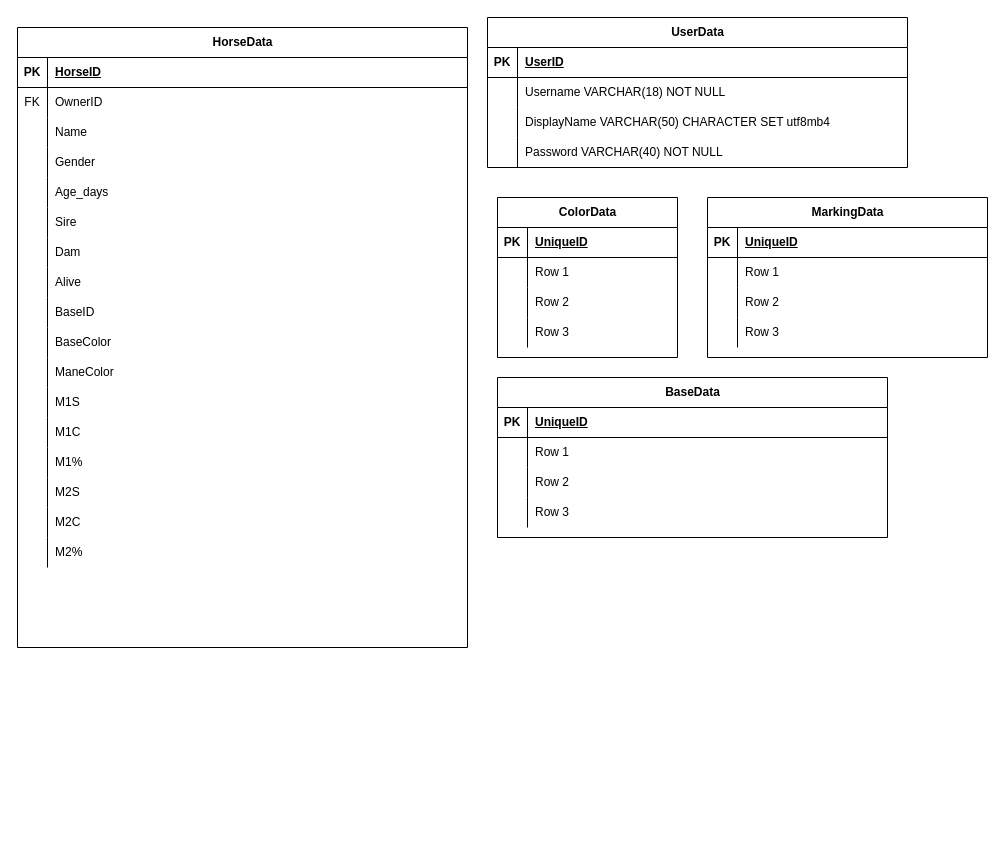
Before: ReasonerBlue-ERD.drawio in BubbliBlu/BubbliBlu, a draw.io diagram. Source tidied: cells renumbered, new cells numbered last; positions are measured from the earlier drawing's top-left corner, leaving out a move shared by most shapes. Both pictures are drawn from the tidied source at 100%, with x=0, y=0 at pixel (17, 17).
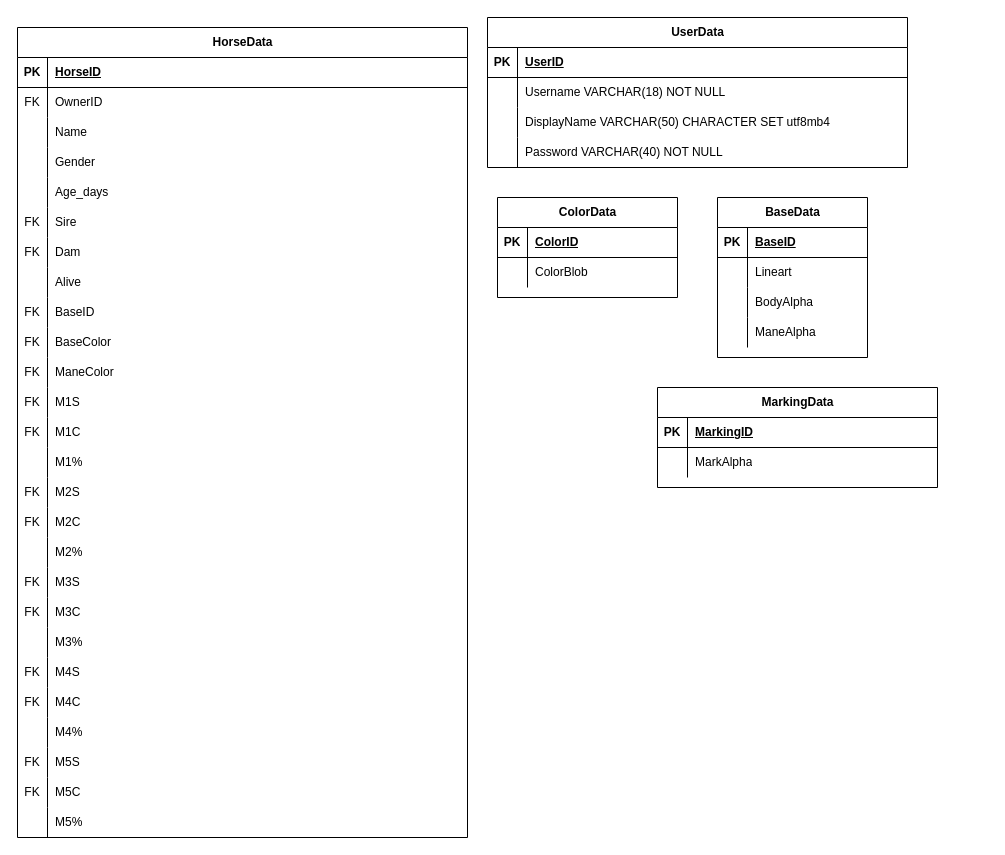
After the change.

The change refers to these unchanged cells:
```xml
<mxCell id="31" style="shape=tableRow;horizontal=0;startSize=0;swimlaneHead=0;swimlaneBody=0;fillColor=none;top=0;left=0;right=0;bottom=0;" parent="15" vertex="1">
  <mxGeometry y="180" width="450" height="30" as="geometry" />
</mxCell>
<mxCell id="34" style="shape=tableRow;horizontal=0;startSize=0;swimlaneHead=0;swimlaneBody=0;fillColor=none;top=0;left=0;right=0;bottom=0;" parent="15" vertex="1">
  <mxGeometry y="210" width="450" height="30" as="geometry" />
</mxCell>
<mxCell id="40" style="shape=tableRow;horizontal=0;startSize=0;swimlaneHead=0;swimlaneBody=0;fillColor=none;top=0;left=0;right=0;bottom=0;" parent="15" vertex="1">
  <mxGeometry y="270" width="450" height="30" as="geometry" />
</mxCell>
<mxCell id="43" style="shape=tableRow;horizontal=0;startSize=0;swimlaneHead=0;swimlaneBody=0;fillColor=none;top=0;left=0;right=0;bottom=0;" parent="15" vertex="1">
  <mxGeometry y="300" width="450" height="30" as="geometry" />
</mxCell>
<mxCell id="46" style="shape=tableRow;horizontal=0;startSize=0;swimlaneHead=0;swimlaneBody=0;fillColor=none;top=0;left=0;right=0;bottom=0;" parent="15" vertex="1">
  <mxGeometry y="330" width="450" height="30" as="geometry" />
</mxCell>
<mxCell id="49" style="shape=tableRow;horizontal=0;startSize=0;swimlaneHead=0;swimlaneBody=0;fillColor=none;top=0;left=0;right=0;bottom=0;" parent="15" vertex="1">
  <mxGeometry y="360" width="450" height="30" as="geometry" />
</mxCell>
<mxCell id="52" style="shape=tableRow;horizontal=0;startSize=0;swimlaneHead=0;swimlaneBody=0;fillColor=none;top=0;left=0;right=0;bottom=0;" parent="15" vertex="1">
  <mxGeometry y="390" width="450" height="30" as="geometry" />
</mxCell>
<mxCell id="58" style="shape=tableRow;horizontal=0;startSize=0;swimlaneHead=0;swimlaneBody=0;fillColor=none;top=0;left=0;right=0;bottom=0;" parent="15" vertex="1">
  <mxGeometry y="450" width="450" height="30" as="geometry" />
</mxCell>
<mxCell id="61" style="shape=tableRow;horizontal=0;startSize=0;swimlaneHead=0;swimlaneBody=0;fillColor=none;top=0;left=0;right=0;bottom=0;" parent="15" vertex="1">
  <mxGeometry y="480" width="450" height="30" as="geometry" />
</mxCell>
<mxCell id="81" style="shape=tableRow;horizontal=0;startSize=0;swimlaneHead=0;swimlaneBody=0;fillColor=none;top=0;left=0;right=0;bottom=1;" parent="80" vertex="1">
  <mxGeometry y="30" width="180" height="30" as="geometry" />
</mxCell>
<mxCell id="84" style="shape=tableRow;horizontal=0;startSize=0;swimlaneHead=0;swimlaneBody=0;fillColor=none;top=0;left=0;right=0;bottom=0;" parent="80" vertex="1">
  <mxGeometry y="60" width="180" height="30" as="geometry" />
</mxCell>
<mxCell id="94" style="shape=tableRow;horizontal=0;startSize=0;swimlaneHead=0;swimlaneBody=0;fillColor=none;top=0;left=0;right=0;bottom=1;" parent="93" vertex="1">
  <mxGeometry y="30" width="280" height="30" as="geometry" />
</mxCell>
<mxCell id="97" style="shape=tableRow;horizontal=0;startSize=0;swimlaneHead=0;swimlaneBody=0;fillColor=none;top=0;left=0;right=0;bottom=0;" parent="93" vertex="1">
  <mxGeometry y="60" width="280" height="30" as="geometry" />
</mxCell>
```

The edit, as a diff of the source:
```diff
@@
     <mxCell id="15" value="HorseData" style="shape=table;startSize=30;childLayout=tableLayout;rowLines=0;fontStyle=1;align=center;html=1;" parent="1" vertex="1">
-      <mxGeometry y="10" width="450" height="620" as="geometry" />
+      <mxGeometry y="10" width="450" height="810" as="geometry" />
     </mxCell>
@@
-    <mxCell id="32" style="shape=partialRectangle;fillColor=none;top=0;left=0;bottom=0;right=0;overflow=hidden;whiteSpace=wrap;html=1;" parent="31" vertex="1">
+    <mxCell id="32" value="FK" style="shape=partialRectangle;fillColor=none;top=0;left=0;bottom=0;right=0;overflow=hidden;whiteSpace=wrap;html=1;" parent="31" vertex="1">
       <mxGeometry width="30" height="30" as="geometry" />
     </mxCell>
@@
-    <mxCell id="35" style="shape=partialRectangle;fillColor=none;top=0;left=0;bottom=0;right=0;overflow=hidden;whiteSpace=wrap;html=1;" parent="34" vertex="1">
+    <mxCell id="35" value="FK" style="shape=partialRectangle;fillColor=none;top=0;left=0;bottom=0;right=0;overflow=hidden;whiteSpace=wrap;html=1;" parent="34" vertex="1">
       <mxGeometry width="30" height="30" as="geometry" />
     </mxCell>
@@
-    <mxCell id="41" style="shape=partialRectangle;fillColor=none;top=0;left=0;bottom=0;right=0;overflow=hidden;whiteSpace=wrap;html=1;" parent="40" vertex="1">
+    <mxCell id="41" value="FK" style="shape=partialRectangle;fillColor=none;top=0;left=0;bottom=0;right=0;overflow=hidden;whiteSpace=wrap;html=1;" parent="40" vertex="1">
       <mxGeometry width="30" height="30" as="geometry" />
     </mxCell>
@@
-    <mxCell id="44" style="shape=partialRectangle;fillColor=none;top=0;left=0;bottom=0;right=0;overflow=hidden;whiteSpace=wrap;html=1;" parent="43" vertex="1">
+    <mxCell id="44" value="FK" style="shape=partialRectangle;fillColor=none;top=0;left=0;bottom=0;right=0;overflow=hidden;whiteSpace=wrap;html=1;" parent="43" vertex="1">
       <mxGeometry width="30" height="30" as="geometry" />
     </mxCell>
@@
-    <mxCell id="47" style="shape=partialRectangle;fillColor=none;top=0;left=0;bottom=0;right=0;overflow=hidden;whiteSpace=wrap;html=1;" parent="46" vertex="1">
+    <mxCell id="47" value="FK" style="shape=partialRectangle;fillColor=none;top=0;left=0;bottom=0;right=0;overflow=hidden;whiteSpace=wrap;html=1;" parent="46" vertex="1">
       <mxGeometry width="30" height="30" as="geometry" />
     </mxCell>
@@
-    <mxCell id="50" style="shape=partialRectangle;fillColor=none;top=0;left=0;bottom=0;right=0;overflow=hidden;whiteSpace=wrap;html=1;" parent="49" vertex="1">
+    <mxCell id="50" value="FK" style="shape=partialRectangle;fillColor=none;top=0;left=0;bottom=0;right=0;overflow=hidden;whiteSpace=wrap;html=1;" parent="49" vertex="1">
       <mxGeometry width="30" height="30" as="geometry" />
     </mxCell>
@@
-    <mxCell id="53" style="shape=partialRectangle;fillColor=none;top=0;left=0;bottom=0;right=0;overflow=hidden;whiteSpace=wrap;html=1;" parent="52" vertex="1">
+    <mxCell id="53" value="FK" style="shape=partialRectangle;fillColor=none;top=0;left=0;bottom=0;right=0;overflow=hidden;whiteSpace=wrap;html=1;" parent="52" vertex="1">
       <mxGeometry width="30" height="30" as="geometry" />
     </mxCell>
@@
-    <mxCell id="59" style="shape=partialRectangle;fillColor=none;top=0;left=0;bottom=0;right=0;overflow=hidden;whiteSpace=wrap;html=1;" parent="58" vertex="1">
+    <mxCell id="59" value="FK" style="shape=partialRectangle;fillColor=none;top=0;left=0;bottom=0;right=0;overflow=hidden;whiteSpace=wrap;html=1;" parent="58" vertex="1">
       <mxGeometry width="30" height="30" as="geometry" />
     </mxCell>
@@
-    <mxCell id="62" style="shape=partialRectangle;fillColor=none;top=0;left=0;bottom=0;right=0;overflow=hidden;whiteSpace=wrap;html=1;" parent="61" vertex="1">
+    <mxCell id="62" value="FK" style="shape=partialRectangle;fillColor=none;top=0;left=0;bottom=0;right=0;overflow=hidden;whiteSpace=wrap;html=1;" parent="61" vertex="1">
       <mxGeometry width="30" height="30" as="geometry" />
     </mxCell>
@@
+    <mxCell id="106" style="shape=tableRow;horizontal=0;startSize=0;swimlaneHead=0;swimlaneBody=0;fillColor=none;top=0;left=0;right=0;bottom=0;" parent="15" vertex="1">
+      <mxGeometry y="540" width="450" height="30" as="geometry" />
+    </mxCell>
+    <mxCell id="107" value="FK" style="shape=partialRectangle;fillColor=none;top=0;left=0;bottom=0;right=0;overflow=hidden;whiteSpace=wrap;html=1;" parent="106" vertex="1">
+      <mxGeometry width="30" height="30" as="geometry" />
+    </mxCell>
+    <mxCell id="108" value="M3S" style="shape=partialRectangle;fillColor=none;top=0;left=0;bottom=0;right=0;align=left;spacingLeft=6;overflow=hidden;whiteSpace=wrap;html=1;" parent="106" vertex="1">
+      <mxGeometry x="30" width="420" height="30" as="geometry" />
+    </mxCell>
+    <mxCell id="109" style="shape=tableRow;horizontal=0;startSize=0;swimlaneHead=0;swimlaneBody=0;fillColor=none;top=0;left=0;right=0;bottom=0;" parent="15" vertex="1">
+      <mxGeometry y="570" width="450" height="30" as="geometry" />
+    </mxCell>
+    <mxCell id="110" value="FK" style="shape=partialRectangle;fillColor=none;top=0;left=0;bottom=0;right=0;overflow=hidden;whiteSpace=wrap;html=1;" parent="109" vertex="1">
+      <mxGeometry width="30" height="30" as="geometry" />
+    </mxCell>
+    <mxCell id="111" value="M3C" style="shape=partialRectangle;fillColor=none;top=0;left=0;bottom=0;right=0;align=left;spacingLeft=6;overflow=hidden;whiteSpace=wrap;html=1;" parent="109" vertex="1">
+      <mxGeometry x="30" width="420" height="30" as="geometry" />
+    </mxCell>
+    <mxCell id="112" style="shape=tableRow;horizontal=0;startSize=0;swimlaneHead=0;swimlaneBody=0;fillColor=none;top=0;left=0;right=0;bottom=0;" parent="15" vertex="1">
+      <mxGeometry y="600" width="450" height="30" as="geometry" />
+    </mxCell>
+    <mxCell id="113" style="shape=partialRectangle;fillColor=none;top=0;left=0;bottom=0;right=0;overflow=hidden;whiteSpace=wrap;html=1;" parent="112" vertex="1">
+      <mxGeometry width="30" height="30" as="geometry" />
+    </mxCell>
+    <mxCell id="114" value="M3%" style="shape=partialRectangle;fillColor=none;top=0;left=0;bottom=0;right=0;align=left;spacingLeft=6;overflow=hidden;whiteSpace=wrap;html=1;" parent="112" vertex="1">
+      <mxGeometry x="30" width="420" height="30" as="geometry" />
+    </mxCell>
+    <mxCell id="115" style="shape=tableRow;horizontal=0;startSize=0;swimlaneHead=0;swimlaneBody=0;fillColor=none;top=0;left=0;right=0;bottom=0;" parent="15" vertex="1">
+      <mxGeometry y="630" width="450" height="30" as="geometry" />
+    </mxCell>
+    <mxCell id="116" value="FK" style="shape=partialRectangle;fillColor=none;top=0;left=0;bottom=0;right=0;overflow=hidden;whiteSpace=wrap;html=1;" parent="115" vertex="1">
+      <mxGeometry width="30" height="30" as="geometry" />
+    </mxCell>
+    <mxCell id="117" value="M4S" style="shape=partialRectangle;fillColor=none;top=0;left=0;bottom=0;right=0;align=left;spacingLeft=6;overflow=hidden;whiteSpace=wrap;html=1;" parent="115" vertex="1">
+      <mxGeometry x="30" width="420" height="30" as="geometry" />
+    </mxCell>
+    <mxCell id="118" style="shape=tableRow;horizontal=0;startSize=0;swimlaneHead=0;swimlaneBody=0;fillColor=none;top=0;left=0;right=0;bottom=0;" parent="15" vertex="1">
+      <mxGeometry y="660" width="450" height="30" as="geometry" />
+    </mxCell>
+    <mxCell id="119" value="FK" style="shape=partialRectangle;fillColor=none;top=0;left=0;bottom=0;right=0;overflow=hidden;whiteSpace=wrap;html=1;" parent="118" vertex="1">
+      <mxGeometry width="30" height="30" as="geometry" />
+    </mxCell>
+    <mxCell id="120" value="M4C" style="shape=partialRectangle;fillColor=none;top=0;left=0;bottom=0;right=0;align=left;spacingLeft=6;overflow=hidden;whiteSpace=wrap;html=1;" parent="118" vertex="1">
+      <mxGeometry x="30" width="420" height="30" as="geometry" />
+    </mxCell>
+    <mxCell id="121" style="shape=tableRow;horizontal=0;startSize=0;swimlaneHead=0;swimlaneBody=0;fillColor=none;top=0;left=0;right=0;bottom=0;" parent="15" vertex="1">
+      <mxGeometry y="690" width="450" height="30" as="geometry" />
+    </mxCell>
+    <mxCell id="122" style="shape=partialRectangle;fillColor=none;top=0;left=0;bottom=0;right=0;overflow=hidden;whiteSpace=wrap;html=1;" parent="121" vertex="1">
+      <mxGeometry width="30" height="30" as="geometry" />
+    </mxCell>
+    <mxCell id="123" value="M4%" style="shape=partialRectangle;fillColor=none;top=0;left=0;bottom=0;right=0;align=left;spacingLeft=6;overflow=hidden;whiteSpace=wrap;html=1;" parent="121" vertex="1">
+      <mxGeometry x="30" width="420" height="30" as="geometry" />
+    </mxCell>
+    <mxCell id="124" style="shape=tableRow;horizontal=0;startSize=0;swimlaneHead=0;swimlaneBody=0;fillColor=none;top=0;left=0;right=0;bottom=0;" parent="15" vertex="1">
+      <mxGeometry y="720" width="450" height="30" as="geometry" />
+    </mxCell>
+    <mxCell id="125" value="FK" style="shape=partialRectangle;fillColor=none;top=0;left=0;bottom=0;right=0;overflow=hidden;whiteSpace=wrap;html=1;" parent="124" vertex="1">
+      <mxGeometry width="30" height="30" as="geometry" />
+    </mxCell>
+    <mxCell id="126" value="M5S" style="shape=partialRectangle;fillColor=none;top=0;left=0;bottom=0;right=0;align=left;spacingLeft=6;overflow=hidden;whiteSpace=wrap;html=1;" parent="124" vertex="1">
+      <mxGeometry x="30" width="420" height="30" as="geometry" />
+    </mxCell>
+    <mxCell id="127" style="shape=tableRow;horizontal=0;startSize=0;swimlaneHead=0;swimlaneBody=0;fillColor=none;top=0;left=0;right=0;bottom=0;" parent="15" vertex="1">
+      <mxGeometry y="750" width="450" height="30" as="geometry" />
+    </mxCell>
+    <mxCell id="128" value="FK" style="shape=partialRectangle;fillColor=none;top=0;left=0;bottom=0;right=0;overflow=hidden;whiteSpace=wrap;html=1;" parent="127" vertex="1">
+      <mxGeometry width="30" height="30" as="geometry" />
+    </mxCell>
+    <mxCell id="129" value="M5C" style="shape=partialRectangle;fillColor=none;top=0;left=0;bottom=0;right=0;align=left;spacingLeft=6;overflow=hidden;whiteSpace=wrap;html=1;" parent="127" vertex="1">
+      <mxGeometry x="30" width="420" height="30" as="geometry" />
+    </mxCell>
+    <mxCell id="130" style="shape=tableRow;horizontal=0;startSize=0;swimlaneHead=0;swimlaneBody=0;fillColor=none;top=0;left=0;right=0;bottom=0;" parent="15" vertex="1">
+      <mxGeometry y="780" width="450" height="30" as="geometry" />
+    </mxCell>
+    <mxCell id="131" style="shape=partialRectangle;fillColor=none;top=0;left=0;bottom=0;right=0;overflow=hidden;whiteSpace=wrap;html=1;" parent="130" vertex="1">
+      <mxGeometry width="30" height="30" as="geometry" />
+    </mxCell>
+    <mxCell id="132" value="M5%" style="shape=partialRectangle;fillColor=none;top=0;left=0;bottom=0;right=0;align=left;spacingLeft=6;overflow=hidden;whiteSpace=wrap;html=1;" parent="130" vertex="1">
+      <mxGeometry x="30" width="420" height="30" as="geometry" />
+    </mxCell>
     <mxCell id="67" value="BaseData" style="shape=table;startSize=30;childLayout=tableLayout;rowLines=0;fontStyle=1;align=center;html=1;" parent="1" vertex="1">
-      <mxGeometry x="480" y="360" width="390" height="160" as="geometry" />
+      <mxGeometry x="700" y="180" width="150" height="160" as="geometry" />
     </mxCell>
     <mxCell id="68" style="shape=tableRow;horizontal=0;startSize=0;swimlaneHead=0;swimlaneBody=0;fillColor=none;top=0;left=0;right=0;bottom=1;" parent="67" vertex="1">
-      <mxGeometry y="30" width="390" height="30" as="geometry" />
+      <mxGeometry y="30" width="150" height="30" as="geometry" />
     </mxCell>
@@
-    <mxCell id="70" value="UniqueID" style="shape=partialRectangle;fillColor=none;top=0;left=0;bottom=0;right=0;align=left;spacingLeft=6;fontStyle=5;overflow=hidden;whiteSpace=wrap;html=1;" parent="68" vertex="1">
-      <mxGeometry x="30" width="360" height="30" as="geometry" />
+    <mxCell id="70" value="BaseID" style="shape=partialRectangle;fillColor=none;top=0;left=0;bottom=0;right=0;align=left;spacingLeft=6;fontStyle=5;overflow=hidden;whiteSpace=wrap;html=1;" parent="68" vertex="1">
+      <mxGeometry x="30" width="120" height="30" as="geometry" />
     </mxCell>
     <mxCell id="71" style="shape=tableRow;horizontal=0;startSize=0;swimlaneHead=0;swimlaneBody=0;fillColor=none;top=0;left=0;right=0;bottom=0;" parent="67" vertex="1">
-      <mxGeometry y="60" width="390" height="30" as="geometry" />
+      <mxGeometry y="60" width="150" height="30" as="geometry" />
     </mxCell>
@@
-    <mxCell id="73" value="Row 1" style="shape=partialRectangle;fillColor=none;top=0;left=0;bottom=0;right=0;align=left;spacingLeft=6;overflow=hidden;whiteSpace=wrap;html=1;" parent="71" vertex="1">
-      <mxGeometry x="30" width="360" height="30" as="geometry" />
+    <mxCell id="73" value="Lineart" style="shape=partialRectangle;fillColor=none;top=0;left=0;bottom=0;right=0;align=left;spacingLeft=6;overflow=hidden;whiteSpace=wrap;html=1;" parent="71" vertex="1">
+      <mxGeometry x="30" width="120" height="30" as="geometry" />
     </mxCell>
     <mxCell id="74" style="shape=tableRow;horizontal=0;startSize=0;swimlaneHead=0;swimlaneBody=0;fillColor=none;top=0;left=0;right=0;bottom=0;" parent="67" vertex="1">
-      <mxGeometry y="90" width="390" height="30" as="geometry" />
+      <mxGeometry y="90" width="150" height="30" as="geometry" />
     </mxCell>
@@
-    <mxCell id="76" value="Row 2" style="shape=partialRectangle;fillColor=none;top=0;left=0;bottom=0;right=0;align=left;spacingLeft=6;overflow=hidden;whiteSpace=wrap;html=1;" parent="74" vertex="1">
-      <mxGeometry x="30" width="360" height="30" as="geometry" />
+    <mxCell id="76" value="BodyAlpha" style="shape=partialRectangle;fillColor=none;top=0;left=0;bottom=0;right=0;align=left;spacingLeft=6;overflow=hidden;whiteSpace=wrap;html=1;" parent="74" vertex="1">
+      <mxGeometry x="30" width="120" height="30" as="geometry" />
     </mxCell>
     <mxCell id="77" style="shape=tableRow;horizontal=0;startSize=0;swimlaneHead=0;swimlaneBody=0;fillColor=none;top=0;left=0;right=0;bottom=0;" parent="67" vertex="1">
-      <mxGeometry y="120" width="390" height="30" as="geometry" />
+      <mxGeometry y="120" width="150" height="30" as="geometry" />
     </mxCell>
@@
-    <mxCell id="79" value="Row 3" style="shape=partialRectangle;fillColor=none;top=0;left=0;bottom=0;right=0;align=left;spacingLeft=6;overflow=hidden;whiteSpace=wrap;html=1;" parent="77" vertex="1">
-      <mxGeometry x="30" width="360" height="30" as="geometry" />
+    <mxCell id="79" value="ManeAlpha" style="shape=partialRectangle;fillColor=none;top=0;left=0;bottom=0;right=0;align=left;spacingLeft=6;overflow=hidden;whiteSpace=wrap;html=1;" parent="77" vertex="1">
+      <mxGeometry x="30" width="120" height="30" as="geometry" />
     </mxCell>
     <mxCell id="80" value="ColorData" style="shape=table;startSize=30;childLayout=tableLayout;rowLines=0;fontStyle=1;align=center;html=1;" parent="1" vertex="1">
-      <mxGeometry x="480" y="180" width="180" height="160" as="geometry" />
+      <mxGeometry x="480" y="180" width="180" height="100" as="geometry" />
     </mxCell>
@@
-    <mxCell id="83" value="UniqueID" style="shape=partialRectangle;fillColor=none;top=0;left=0;bottom=0;right=0;align=left;spacingLeft=6;fontStyle=5;overflow=hidden;whiteSpace=wrap;html=1;" parent="81" vertex="1">
+    <mxCell id="83" value="ColorID" style="shape=partialRectangle;fillColor=none;top=0;left=0;bottom=0;right=0;align=left;spacingLeft=6;fontStyle=5;overflow=hidden;whiteSpace=wrap;html=1;" parent="81" vertex="1">
       <mxGeometry x="30" width="150" height="30" as="geometry" />
     </mxCell>
@@
-    <mxCell id="86" value="Row 1" style="shape=partialRectangle;fillColor=none;top=0;left=0;bottom=0;right=0;align=left;spacingLeft=6;overflow=hidden;whiteSpace=wrap;html=1;" parent="84" vertex="1">
+    <mxCell id="86" value="ColorBlob" style="shape=partialRectangle;fillColor=none;top=0;left=0;bottom=0;right=0;align=left;spacingLeft=6;overflow=hidden;whiteSpace=wrap;html=1;" parent="84" vertex="1">
       <mxGeometry x="30" width="150" height="30" as="geometry" />
     </mxCell>
-    <mxCell id="87" style="shape=tableRow;horizontal=0;startSize=0;swimlaneHead=0;swimlaneBody=0;fillColor=none;top=0;left=0;right=0;bottom=0;" parent="80" vertex="1">
-      <mxGeometry y="90" width="180" height="30" as="geometry" />
-    </mxCell>
-    <mxCell id="88" style="shape=partialRectangle;fillColor=none;top=0;left=0;bottom=0;right=0;overflow=hidden;whiteSpace=wrap;html=1;" parent="87" vertex="1">
-      <mxGeometry width="30" height="30" as="geometry" />
-    </mxCell>
-    <mxCell id="89" value="Row 2" style="shape=partialRectangle;fillColor=none;top=0;left=0;bottom=0;right=0;align=left;spacingLeft=6;overflow=hidden;whiteSpace=wrap;html=1;" parent="87" vertex="1">
-      <mxGeometry x="30" width="150" height="30" as="geometry" />
-    </mxCell>
-    <mxCell id="90" style="shape=tableRow;horizontal=0;startSize=0;swimlaneHead=0;swimlaneBody=0;fillColor=none;top=0;left=0;right=0;bottom=0;" parent="80" vertex="1">
-      <mxGeometry y="120" width="180" height="30" as="geometry" />
-    </mxCell>
-    <mxCell id="91" style="shape=partialRectangle;fillColor=none;top=0;left=0;bottom=0;right=0;overflow=hidden;whiteSpace=wrap;html=1;" parent="90" vertex="1">
-      <mxGeometry width="30" height="30" as="geometry" />
-    </mxCell>
-    <mxCell id="92" value="Row 3" style="shape=partialRectangle;fillColor=none;top=0;left=0;bottom=0;right=0;align=left;spacingLeft=6;overflow=hidden;whiteSpace=wrap;html=1;" parent="90" vertex="1">
-      <mxGeometry x="30" width="150" height="30" as="geometry" />
-    </mxCell>
     <mxCell id="93" value="MarkingData" style="shape=table;startSize=30;childLayout=tableLayout;rowLines=0;fontStyle=1;align=center;html=1;" parent="1" vertex="1">
-      <mxGeometry x="690" y="180" width="280" height="160" as="geometry" />
+      <mxGeometry x="640" y="370" width="280" height="100" as="geometry" />
     </mxCell>
@@
-    <mxCell id="96" value="UniqueID" style="shape=partialRectangle;fillColor=none;top=0;left=0;bottom=0;right=0;align=left;spacingLeft=6;fontStyle=5;overflow=hidden;whiteSpace=wrap;html=1;" parent="94" vertex="1">
+    <mxCell id="96" value="MarkingID" style="shape=partialRectangle;fillColor=none;top=0;left=0;bottom=0;right=0;align=left;spacingLeft=6;fontStyle=5;overflow=hidden;whiteSpace=wrap;html=1;" parent="94" vertex="1">
       <mxGeometry x="30" width="250" height="30" as="geometry" />
     </mxCell>
@@
-    <mxCell id="99" value="Row 1" style="shape=partialRectangle;fillColor=none;top=0;left=0;bottom=0;right=0;align=left;spacingLeft=6;overflow=hidden;whiteSpace=wrap;html=1;" parent="97" vertex="1">
+    <mxCell id="99" value="MarkAlpha" style="shape=partialRectangle;fillColor=none;top=0;left=0;bottom=0;right=0;align=left;spacingLeft=6;overflow=hidden;whiteSpace=wrap;html=1;" parent="97" vertex="1">
       <mxGeometry x="30" width="250" height="30" as="geometry" />
     </mxCell>
-    <mxCell id="100" style="shape=tableRow;horizontal=0;startSize=0;swimlaneHead=0;swimlaneBody=0;fillColor=none;top=0;left=0;right=0;bottom=0;" parent="93" vertex="1">
-      <mxGeometry y="90" width="280" height="30" as="geometry" />
-    </mxCell>
-    <mxCell id="101" style="shape=partialRectangle;fillColor=none;top=0;left=0;bottom=0;right=0;overflow=hidden;whiteSpace=wrap;html=1;" parent="100" vertex="1">
-      <mxGeometry width="30" height="30" as="geometry" />
-    </mxCell>
-    <mxCell id="102" value="Row 2" style="shape=partialRectangle;fillColor=none;top=0;left=0;bottom=0;right=0;align=left;spacingLeft=6;overflow=hidden;whiteSpace=wrap;html=1;" parent="100" vertex="1">
-      <mxGeometry x="30" width="250" height="30" as="geometry" />
-    </mxCell>
-    <mxCell id="103" style="shape=tableRow;horizontal=0;startSize=0;swimlaneHead=0;swimlaneBody=0;fillColor=none;top=0;left=0;right=0;bottom=0;" parent="93" vertex="1">
-      <mxGeometry y="120" width="280" height="30" as="geometry" />
-    </mxCell>
-    <mxCell id="104" style="shape=partialRectangle;fillColor=none;top=0;left=0;bottom=0;right=0;overflow=hidden;whiteSpace=wrap;html=1;" parent="103" vertex="1">
-      <mxGeometry width="30" height="30" as="geometry" />
-    </mxCell>
-    <mxCell id="105" value="Row 3" style="shape=partialRectangle;fillColor=none;top=0;left=0;bottom=0;right=0;align=left;spacingLeft=6;overflow=hidden;whiteSpace=wrap;html=1;" parent="103" vertex="1">
-      <mxGeometry x="30" width="250" height="30" as="geometry" />
-    </mxCell>
```
